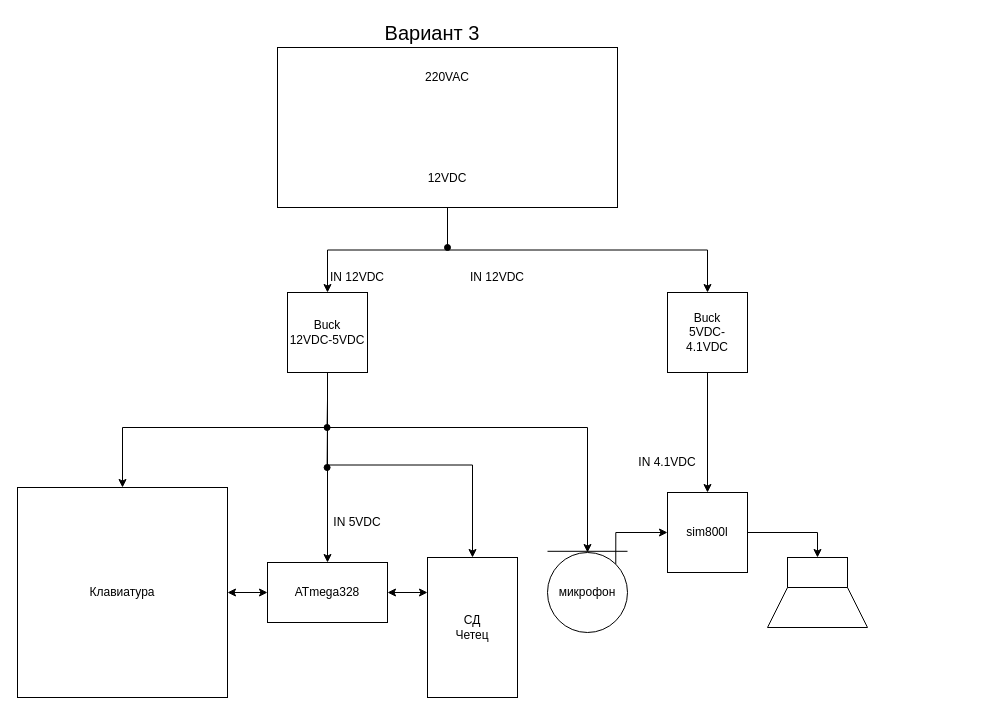
Earlier version of the draw.io diagram Block_Diagrams/Power_Supply/power supply periphery.drawio (DanielDimitrov123/Smart-Domophone). Source tidied: cells renumbered, new cells numbered last; positions are measured from the earlier drawing's top-left corner, leaving out a move shared by most shapes. Both pictures are drawn from the tidied source at 100%, with x=0, y=0 at pixel (17, 17).
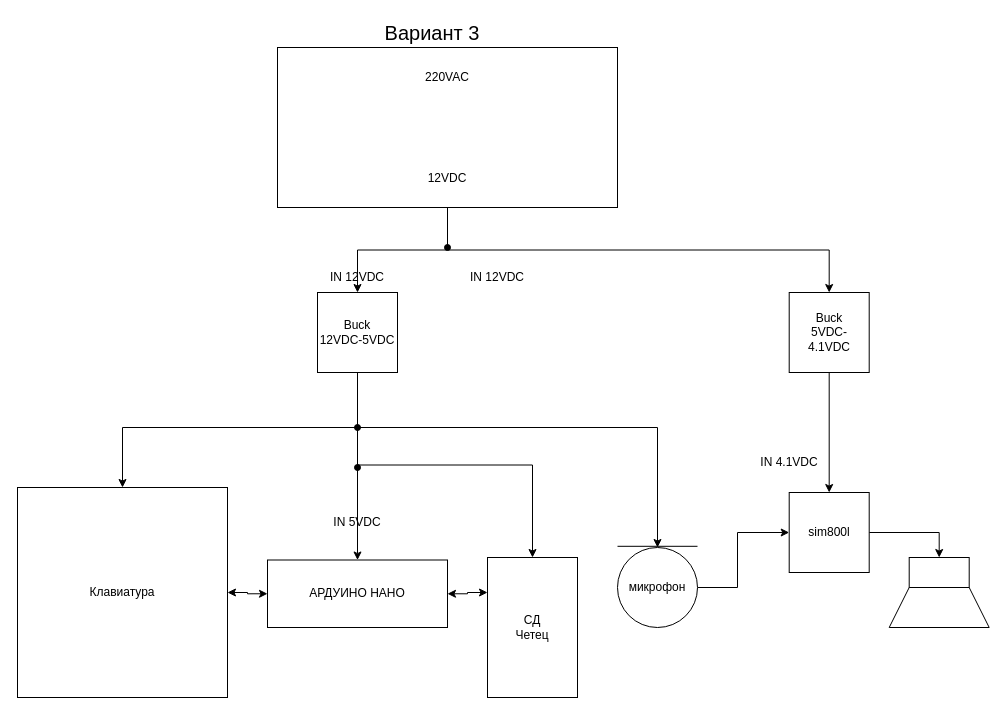
After the change.

Unchanged cells that the change refers to:
```xml
<mxCell id="25" value="Клавиатура" style="whiteSpace=wrap;html=1;" parent="1" vertex="1">
  <mxGeometry y="470" width="210" height="210" as="geometry" />
</mxCell>
```

What changed in the source:
```diff
@@
-    <mxCell id="3" value="ATmega328" style="rounded=0;whiteSpace=wrap;html=1;" parent="1" vertex="1">
-      <mxGeometry x="250" y="545" width="120" height="60" as="geometry" />
+    <mxCell id="3" value="АРДУИНО НАНО" style="rounded=0;whiteSpace=wrap;html=1;" parent="1" vertex="1">
+      <mxGeometry x="250" y="542.5" width="180" height="67.5" as="geometry" />
     </mxCell>
@@
     <mxCell id="5" value="sim800l" style="whiteSpace=wrap;html=1;" parent="1" vertex="1">
-      <mxGeometry x="650" y="475" width="80" height="80" as="geometry" />
+      <mxGeometry x="771.7" y="475" width="80" height="80" as="geometry" />
     </mxCell>
@@
     <mxCell id="7" style="edgeStyle=orthogonalEdgeStyle;rounded=0;jettySize=auto;html=1;exitX=0.5;exitY=1;exitDx=0;exitDy=0;entryX=0.5;entryY=0;entryDx=0;entryDy=0;" parent="1" edge="1" source="12" target="25">
       <mxGeometry relative="1" as="geometry">
         <Array as="points">
-          <mxPoint x="310" y="410" />
+          <mxPoint x="340" y="410" />
           <mxPoint x="105" y="410" />
         </Array>
       </mxGeometry>
     </mxCell>
     <mxCell id="8" style="edgeStyle=orthogonalEdgeStyle;rounded=0;jettySize=auto;html=1;exitX=0.5;exitY=1;exitDx=0;exitDy=0;entryX=0.5;entryY=0;entryDx=0;entryDy=0;" parent="1" edge="1" source="12" target="27">
       <mxGeometry relative="1" as="geometry">
         <Array as="points">
-          <mxPoint x="310" y="410" />
-          <mxPoint x="570" y="410" />
+          <mxPoint x="340" y="410" />
+          <mxPoint x="640" y="410" />
         </Array>
       </mxGeometry>
     </mxCell>
@@
     <mxCell id="10" style="edgeStyle=orthogonalEdgeStyle;rounded=0;jettySize=auto;html=1;exitX=0.5;exitY=1;exitDx=0;exitDy=0;endArrow=oval;endFill=1;" parent="1" edge="1" source="12">
       <mxGeometry relative="1" as="geometry">
-        <mxPoint x="309.6" y="410" as="targetPoint" />
+        <mxPoint x="340" y="410" as="targetPoint" />
+        <Array as="points">
+          <mxPoint x="340" y="410" />
+        </Array>
       </mxGeometry>
     </mxCell>
     <mxCell id="11" style="edgeStyle=orthogonalEdgeStyle;rounded=0;jettySize=auto;html=1;exitX=0.5;exitY=1;exitDx=0;exitDy=0;endArrow=oval;endFill=1;" parent="1" edge="1" source="12">
       <mxGeometry relative="1" as="geometry">
-        <mxPoint x="309.6" y="450" as="targetPoint" />
+        <mxPoint x="340" y="450" as="targetPoint" />
+        <Array as="points">
+          <mxPoint x="340" y="450" />
+        </Array>
       </mxGeometry>
     </mxCell>
     <mxCell id="12" value="Buck&lt;div&gt;12VDC-5VDC&lt;/div&gt;" style="whiteSpace=wrap;html=1;" parent="1" vertex="1">
-      <mxGeometry x="270" y="275" width="80" height="80" as="geometry" />
+      <mxGeometry x="300" y="275" width="80" height="80" as="geometry" />
     </mxCell>
@@
     <mxCell id="14" value="Buck&lt;div&gt;5VDC-4.1VDC&lt;/div&gt;" style="whiteSpace=wrap;html=1;" parent="1" vertex="1">
-      <mxGeometry x="650" y="275" width="80" height="80" as="geometry" />
+      <mxGeometry x="771.7" y="275" width="80" height="80" as="geometry" />
     </mxCell>
     <mxCell id="15" value="IN 4.1VDC" style="text;html=1;align=center;verticalAlign=middle;whiteSpace=wrap;rounded=0;" parent="1" vertex="1">
-      <mxGeometry x="620" y="430" width="60" height="30" as="geometry" />
+      <mxGeometry x="741.7" y="430" width="60" height="30" as="geometry" />
     </mxCell>
@@
-    <mxCell id="26" style="edgeStyle=orthogonalEdgeStyle;rounded=0;jettySize=auto;html=1;exitX=1;exitY=0;exitDx=0;exitDy=0;entryX=0;entryY=0.5;entryDx=0;entryDy=0;" parent="1" edge="1" source="27" target="5">
+    <mxCell id="26" style="edgeStyle=orthogonalEdgeStyle;rounded=0;jettySize=auto;html=1;exitX=1;exitY=0.5;exitDx=0;exitDy=0;entryX=0;entryY=0.5;entryDx=0;entryDy=0;" parent="1" edge="1" source="27" target="5">
       <mxGeometry relative="1" as="geometry">
         <Array as="points">
-          <mxPoint x="598" y="515" />
+          <mxPoint x="720" y="570" />
+          <mxPoint x="720" y="515" />
         </Array>
       </mxGeometry>
     </mxCell>
     <mxCell id="27" value="микрофон" style="ellipse;whiteSpace=wrap;html=1;" parent="1" vertex="1">
-      <mxGeometry x="530" y="535" width="80" height="80" as="geometry" />
+      <mxGeometry x="600" y="530" width="80" height="80" as="geometry" />
     </mxCell>
     <mxCell id="28" style="endArrow=none;html=1;rounded=0;" parent="1" edge="1">
       <mxGeometry relative="1" as="geometry">
-        <mxPoint x="610" y="533.8" as="sourcePoint" />
-        <mxPoint x="530" y="533.8" as="targetPoint" />
+        <mxPoint x="680" y="528.8" as="sourcePoint" />
+        <mxPoint x="600" y="528.8" as="targetPoint" />
       </mxGeometry>
     </mxCell>
     <mxCell id="29" style="rounded=0;whiteSpace=wrap;html=1;" parent="1" vertex="1">
-      <mxGeometry x="770" y="540" width="60" height="30" as="geometry" />
+      <mxGeometry x="891.7" y="540" width="60" height="30" as="geometry" />
     </mxCell>
     <mxCell id="30" style="shape=trapezoid;perimeter=trapezoidPerimeter;whiteSpace=wrap;html=1;fixedSize=1;" parent="1" vertex="1">
-      <mxGeometry x="750" y="570" width="100" height="40" as="geometry" />
+      <mxGeometry x="871.7" y="570" width="100" height="40" as="geometry" />
     </mxCell>
     <mxCell id="31" value="СД&lt;div&gt;Четец&lt;/div&gt;" style="rounded=0;whiteSpace=wrap;html=1;direction=south;" parent="1" vertex="1">
-      <mxGeometry x="410" y="540" width="90" height="140" as="geometry" />
+      <mxGeometry x="470" y="540" width="90" height="140" as="geometry" />
     </mxCell>
```
